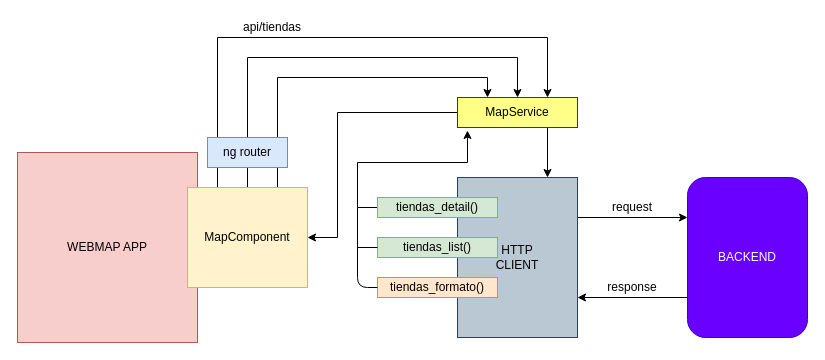
This is backend/Untitled Diagram.drawio from franciscocontreras93/backend, a draw.io file, before an edit. Source tidied: cells renumbered, new cells numbered last; positions are measured from the earlier drawing's top-left corner, leaving out a move shared by most shapes. Both pictures are drawn from the tidied source at 100%, with x=0, y=0 at pixel (17, 17).
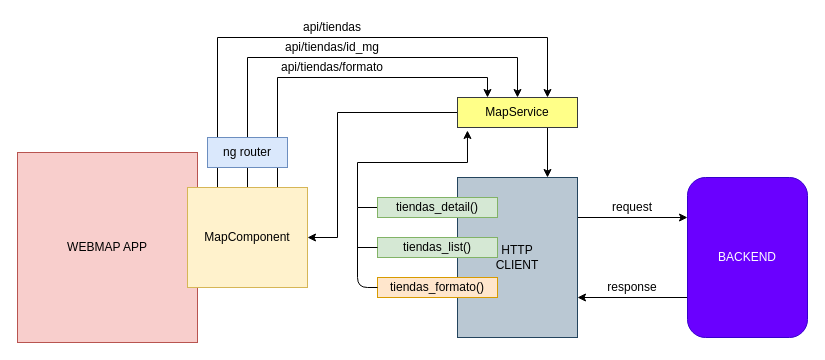
The same diagram, later.

Change to the diagram source:
```diff
@@
     <mxCell id="23" value="api/tiendas" style="text;html=1;strokeColor=none;fillColor=none;align=center;verticalAlign=middle;whiteSpace=wrap;rounded=0;" parent="1" vertex="1">
-      <mxGeometry x="200" width="110" height="20" as="geometry" />
+      <mxGeometry x="260" width="110" height="20" as="geometry" />
     </mxCell>
+    <mxCell id="24" value="api/tiendas/id_mg" style="text;html=1;strokeColor=none;fillColor=none;align=center;verticalAlign=middle;whiteSpace=wrap;rounded=0;" parent="1" vertex="1">
+      <mxGeometry x="260" y="20" width="110" height="20" as="geometry" />
+    </mxCell>
+    <mxCell id="25" value="api/tiendas/formato" style="text;html=1;strokeColor=none;fillColor=none;align=center;verticalAlign=middle;whiteSpace=wrap;rounded=0;" parent="1" vertex="1">
+      <mxGeometry x="260" y="40" width="110" height="20" as="geometry" />
+    </mxCell>
```
